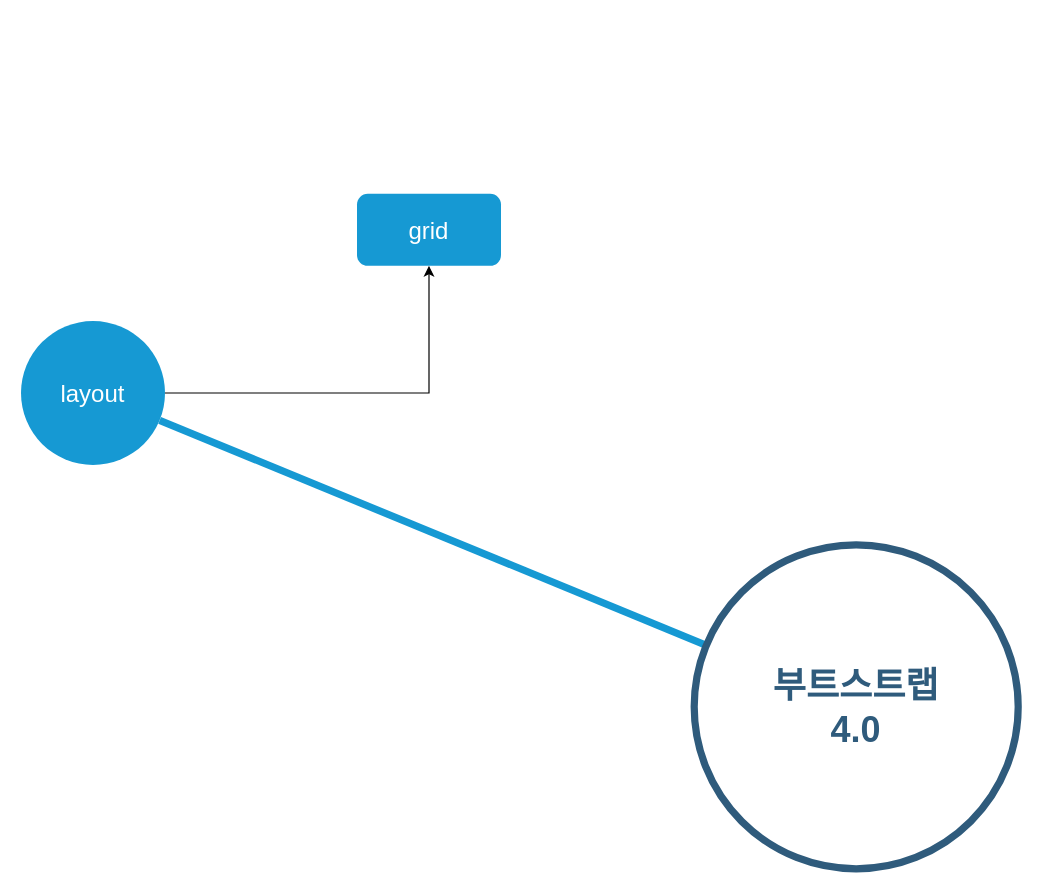
Before: diagram/제목 없는 다이어그램.drawio in Hjaehong/TSL, a draw.io diagram. Source tidied: cells renumbered, new cells numbered last; positions are measured from the earlier drawing's top-left corner, leaving out a move shared by most shapes. Both pictures are drawn from the tidied source at 120%, with x=0, y=0 at pixel (20, 193).
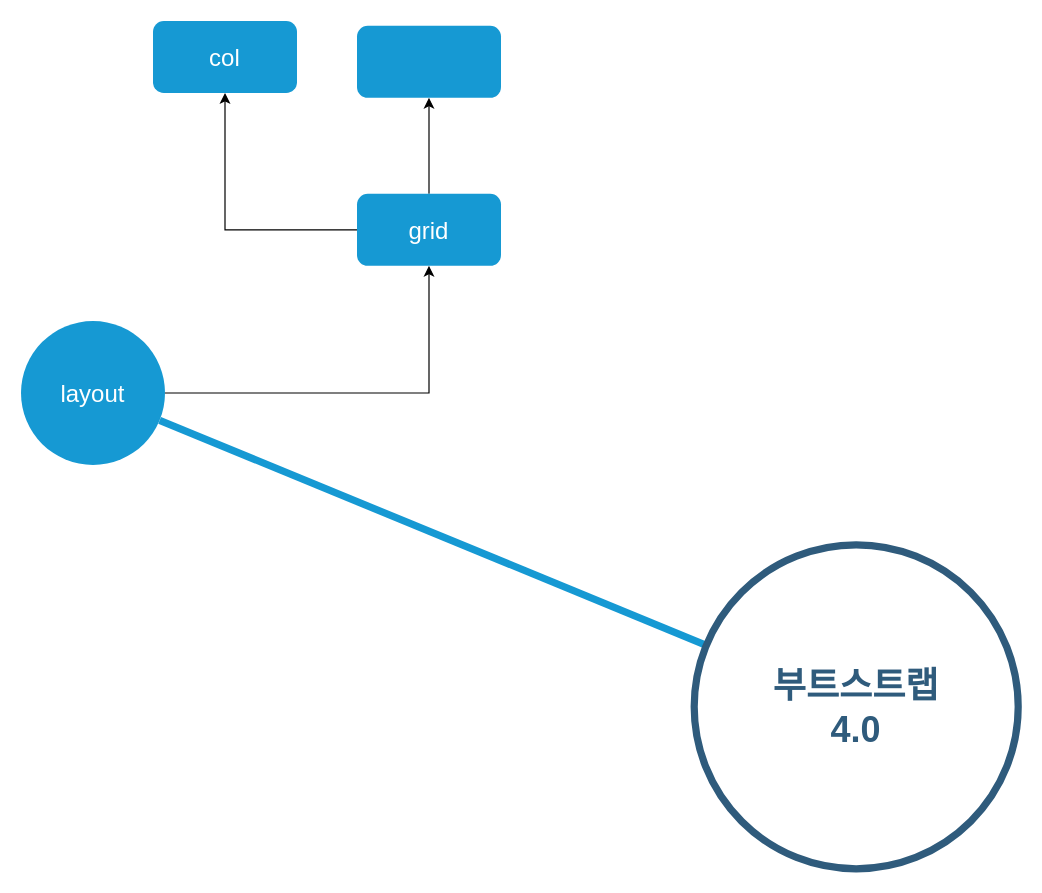
After the change.

Commit message:
제목 없는 다이어그램.drawio 업데이트

The edit, as a diff of the source:
```diff
@@
 <mxGraphModel>
   <root>
     <mxCell id="0" />
     <mxCell id="1" parent="0" />
     <mxCell id="2" style="edgeStyle=orthogonalEdgeStyle;rounded=0;jettySize=auto;html=1;" parent="1" edge="1" source="3" target="6">
       <mxGeometry relative="1" as="geometry" />
     </mxCell>
     <mxCell id="3" value="layout" style="ellipse;whiteSpace=wrap;html=1;shadow=0;fontFamily=Helvetica;fontSize=20;fontColor=#FFFFFF;align=center;strokeWidth=3;fillColor=#1699D3;strokeColor=none;" parent="1" vertex="1">
       <mxGeometry y="106" width="120" height="120" as="geometry" />
     </mxCell>
     <mxCell id="4" style="endArrow=none;strokeWidth=6;strokeColor=#1699D3;html=1;" parent="1" edge="1" source="5" target="3">
       <mxGeometry relative="1" as="geometry" />
     </mxCell>
     <mxCell id="5" value="부트스트랩&lt;br&gt;4.0" style="ellipse;whiteSpace=wrap;html=1;shadow=0;fontFamily=Helvetica;fontSize=30;fontColor=#2F5B7C;align=center;strokeColor=#2F5B7C;strokeWidth=6;fillColor=#FFFFFF;fontStyle=1;gradientColor=none;" parent="1" vertex="1">
       <mxGeometry x="561" y="292.5" width="270" height="270" as="geometry" />
     </mxCell>
+    <mxCell id="7" style="edgeStyle=orthogonalEdgeStyle;rounded=0;jettySize=auto;html=1;" parent="1" edge="1" source="6" target="9">
+      <mxGeometry relative="1" as="geometry" />
+    </mxCell>
+    <mxCell id="8" style="edgeStyle=orthogonalEdgeStyle;rounded=0;jettySize=auto;html=1;" parent="1" edge="1" source="6" target="10">
+      <mxGeometry relative="1" as="geometry" />
+    </mxCell>
     <mxCell id="6" value="grid" style="rounded=1;whiteSpace=wrap;html=1;fontSize=20;fillColor=#1699D3;strokeColor=none;fontColor=#FFFFFF;shadow=0;strokeWidth=3;" parent="1" vertex="1">
       <mxGeometry x="280" width="120" height="60" as="geometry" />
     </mxCell>
+    <mxCell id="9" value="col" style="shape=process;whiteSpace=wrap;html=1;backgroundOutline=1;fontSize=20;fillColor=#1699D3;strokeColor=none;fontColor=#FFFFFF;rounded=1;shadow=0;strokeWidth=3;" parent="1" vertex="1">
+      <mxGeometry x="110" y="-144" width="120" height="60" as="geometry" />
+    </mxCell>
+    <mxCell id="10" style="shape=process;whiteSpace=wrap;html=1;backgroundOutline=1;fontSize=20;fillColor=#1699D3;strokeColor=none;fontColor=#FFFFFF;rounded=1;shadow=0;strokeWidth=3;" parent="1" vertex="1">
+      <mxGeometry x="280" y="-140" width="120" height="60" as="geometry" />
+    </mxCell>
   </root>
 </mxGraphModel>
```
